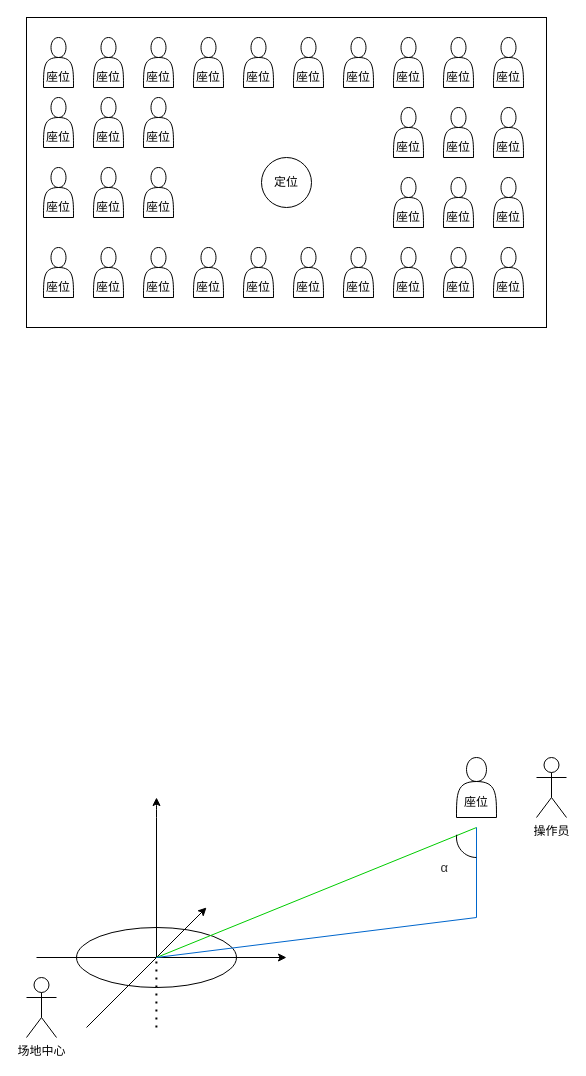
fengjiahao/drawio keeps this draw.io diagram as job/FY20-P2-专利.drawio. Above is the earlier version. Source tidied: cells renumbered, new cells numbered last; positions are measured from the earlier drawing's top-left corner, leaving out a move shared by most shapes. Both pictures are drawn from the tidied source at 100%, with x=0, y=0 at pixel (26, 17).
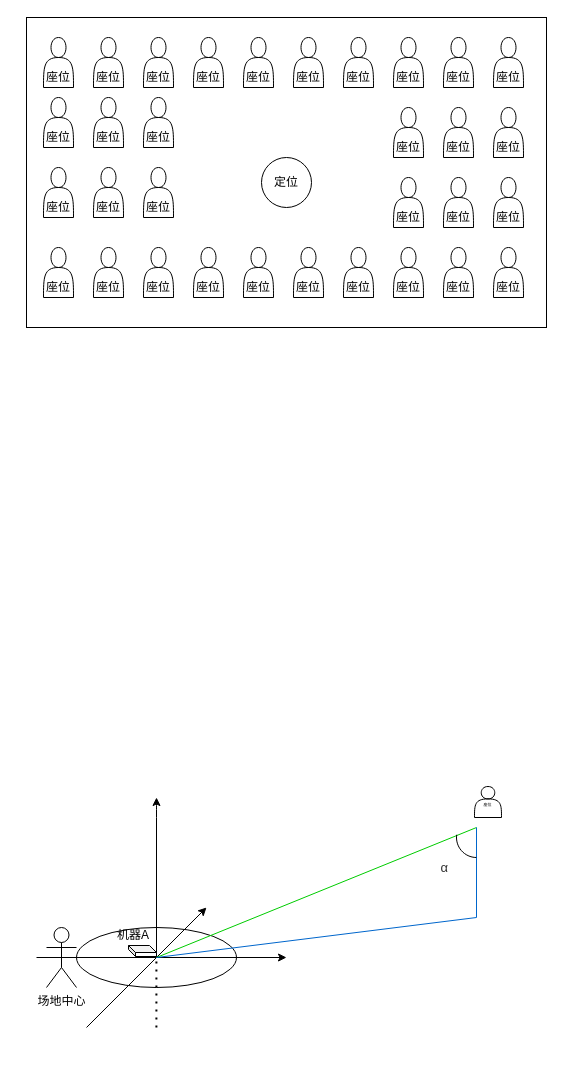
The same diagram, later.

What changed in the source:
```diff
@@
     <mxCell id="2" value="场地中心" style="shape=umlActor;verticalLabelPosition=bottom;verticalAlign=top;html=1;" parent="1" vertex="1">
-      <mxGeometry y="960" width="30" height="60" as="geometry" />
+      <mxGeometry x="20" y="910" width="30" height="60" as="geometry" />
     </mxCell>
-    <mxCell id="3" value="操作员" style="shape=umlActor;verticalLabelPosition=bottom;verticalAlign=top;html=1;" parent="1" vertex="1">
-      <mxGeometry x="510" y="740" width="30" height="60" as="geometry" />
-    </mxCell>
@@
-    <mxCell id="12" value="&lt;br&gt;&lt;br&gt;座位" style="shape=actor;whiteSpace=wrap;html=1;" parent="1" vertex="1">
-      <mxGeometry x="430" y="740" width="40" height="60" as="geometry" />
+    <mxCell id="12" value="&lt;br style=&quot;font-size: 4px&quot;&gt;座位" style="shape=actor;whiteSpace=wrap;html=1;fontSize=4;" parent="1" vertex="1">
+      <mxGeometry x="448" y="769" width="27" height="31" as="geometry" />
     </mxCell>
@@
+    <mxCell id="49" style="shape=cube;whiteSpace=wrap;html=1;boundedLbl=1;backgroundOutline=1;darkOpacity=0.05;darkOpacity2=0.1;size=7;" parent="1" vertex="1">
+      <mxGeometry x="102" y="928" width="28" height="11" as="geometry" />
+    </mxCell>
+    <mxCell id="50" value="机器A" style="text;html=1;strokeColor=none;fillColor=none;align=center;verticalAlign=middle;whiteSpace=wrap;rounded=0;" parent="1" vertex="1">
+      <mxGeometry x="87" y="908" width="40" height="20" as="geometry" />
+    </mxCell>
```
